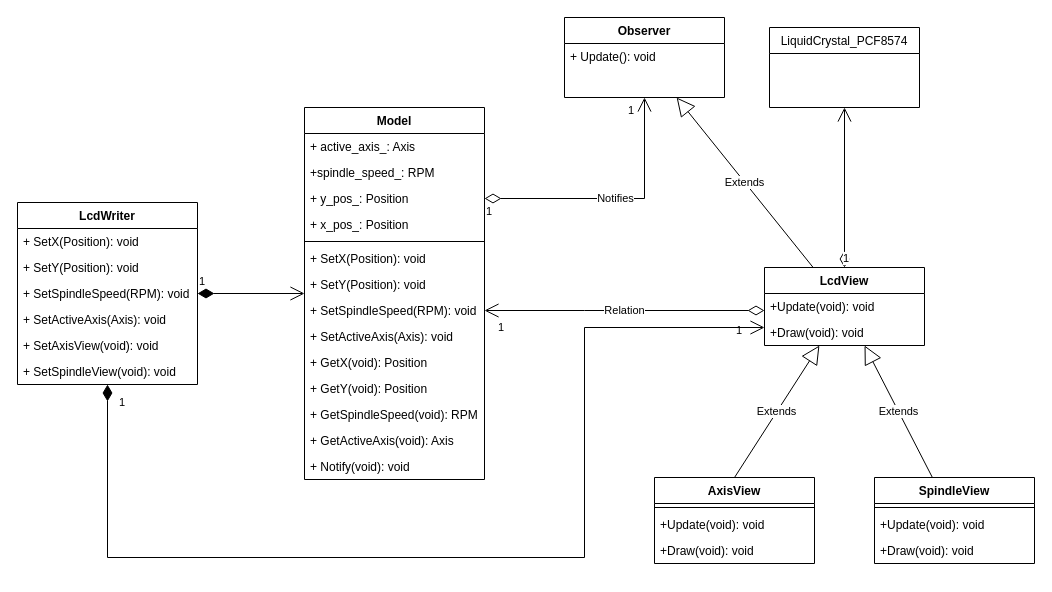
The draw.io diagram page "Page-1" (1 of 3) of serialEventHdlr/lcd_writer/lcd-mvc.drawio in johanp1/HackDay, before the edit. Source tidied: cells renumbered, new cells numbered last; positions are measured from the earlier drawing's top-left corner, leaving out a move shared by most shapes. Both pictures are drawn from the tidied source at 100%, with x=0, y=0 at pixel (17, 17).
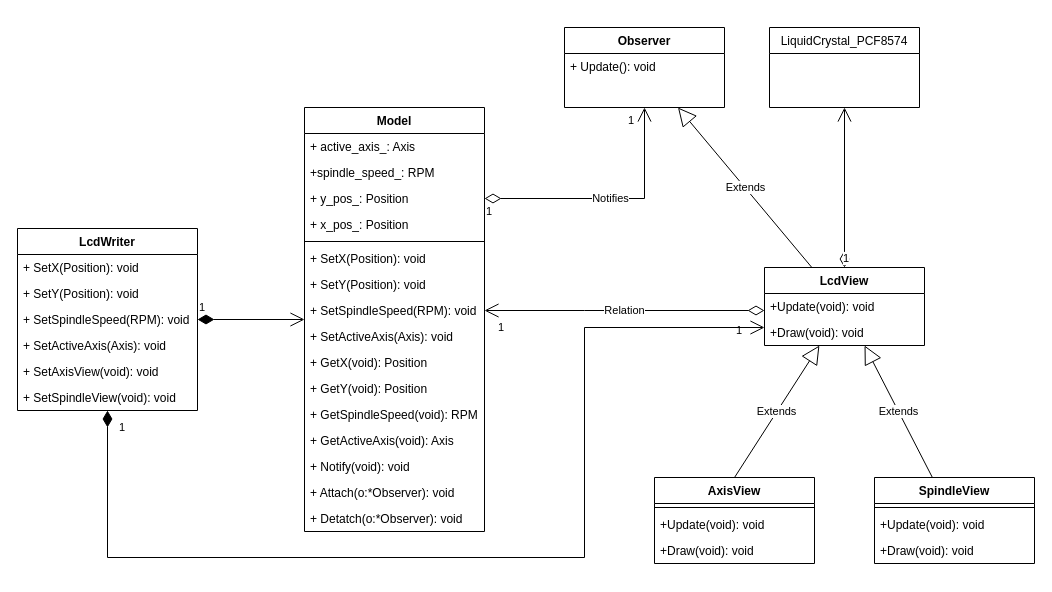
The same page after the edit.

What changed in the source:
```diff
@@
     <mxCell id="2" value="Observer" style="swimlane;fontStyle=1;align=center;verticalAlign=top;horizontal=1;startSize=26;" parent="1" vertex="1">
-      <mxGeometry x="547" width="160" height="80" as="geometry" />
+      <mxGeometry x="547" y="10" width="160" height="80" as="geometry" />
     </mxCell>
@@
     <mxCell id="4" value="Model" style="swimlane;fontStyle=1;align=center;verticalAlign=top;horizontal=1;startSize=26;" parent="1" vertex="1">
-      <mxGeometry x="287" y="90" width="180" height="372" as="geometry" />
+      <mxGeometry x="287" y="90" width="180" height="424" as="geometry" />
     </mxCell>
@@
+    <mxCell id="50" value="+ Attach(o:*Observer): void" style="text;strokeColor=none;fillColor=none;align=left;verticalAlign=top;spacingLeft=4;spacingRight=4;overflow=hidden;" parent="4" vertex="1">
+      <mxGeometry y="372" width="180" height="26" as="geometry" />
+    </mxCell>
+    <mxCell id="51" value="+ Detatch(o:*Observer): void" style="text;strokeColor=none;fillColor=none;align=left;verticalAlign=top;spacingLeft=4;spacingRight=4;overflow=hidden;" parent="4" vertex="1">
+      <mxGeometry y="398" width="180" height="26" as="geometry" />
+    </mxCell>
@@
     <mxCell id="41" value="LcdWriter" style="swimlane;fontStyle=1;align=center;verticalAlign=top;horizontal=1;startSize=26;" parent="1" vertex="1">
-      <mxGeometry y="185" width="180" height="182" as="geometry" />
+      <mxGeometry y="211" width="180" height="182" as="geometry" />
     </mxCell>
```
